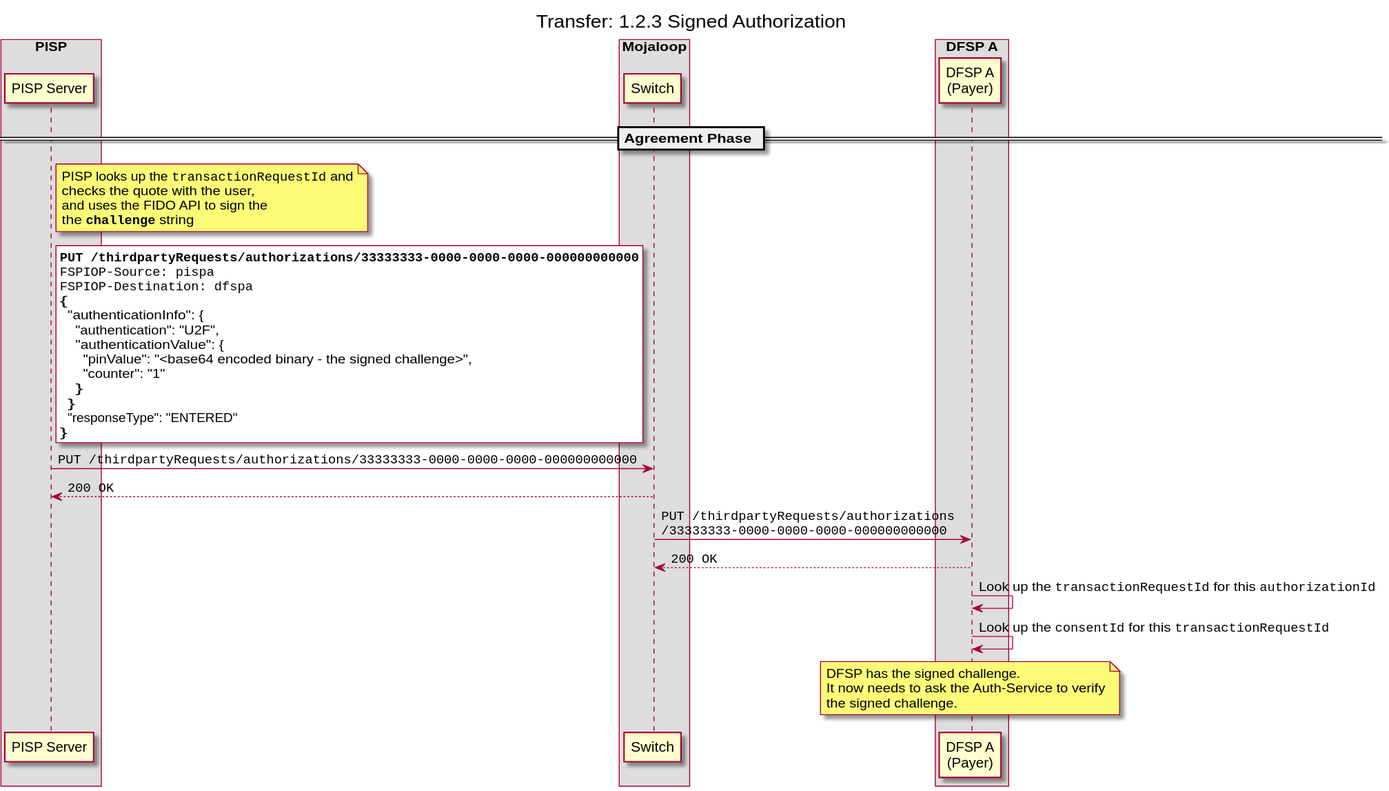
The PlantUML diagram docs/out/transfer/1-2-3-signed-authorization.svg in mojaloop/pisp-project, before a commit. Its source is kept beside it as docs/transfer/1-2-3-signed-authorization.puml.
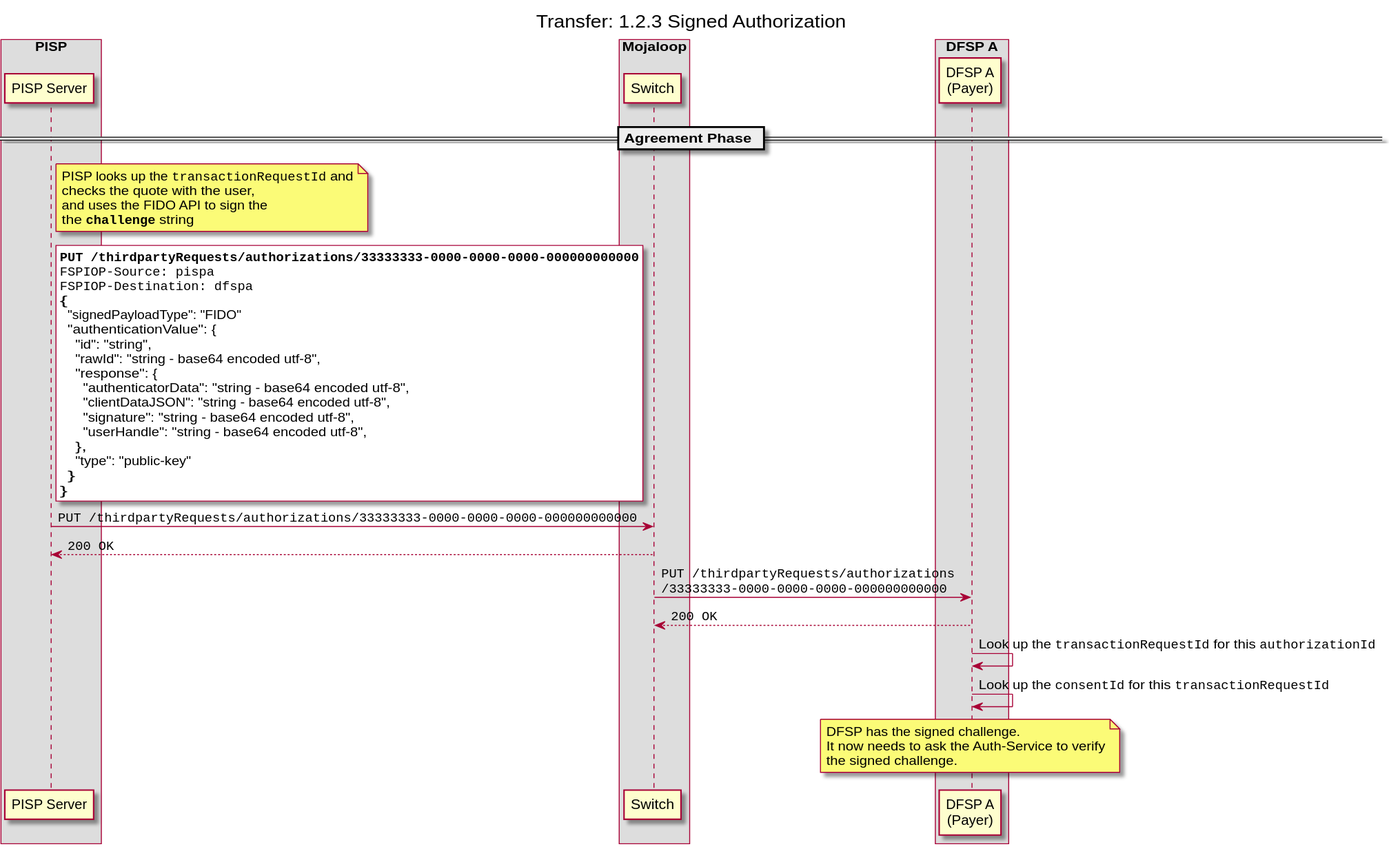
Above is the later version.

Commit message:
feat: update /authorization and /verification payloads (#149)

Change to the diagram source:
```diff
@@ -25,14 +25,18 @@
 ""FSPIOP-Source: pispa""
 ""FSPIOP-Destination: dfspa""
 {
-  "authenticationInfo": {
-    "authentication": "U2F",
-    "authenticationValue": {
-      "pinValue": "<base64 encoded binary - the signed challenge>",
-      "counter": "1"
-    }
+  "signedPayloadType": "FIDO"
+  "authenticationValue": {
+    "id": "string",
+    "rawId": "string - base64 encoded utf-8",
+    "response": {
+      "authenticatorData": "string - base64 encoded utf-8",
+      "clientDataJSON": "string - base64 encoded utf-8",
+      "signature": "string - base64 encoded utf-8",
+      "userHandle": "string - base64 encoded utf-8",
+    },
+    "type": "public-key"
   }
-  "responseType": "ENTERED"
 }
 end note
 D1 -> S: ""PUT /thirdpartyRequests/authorizations/33333333-0000-0000-0000-000000000000""
```
